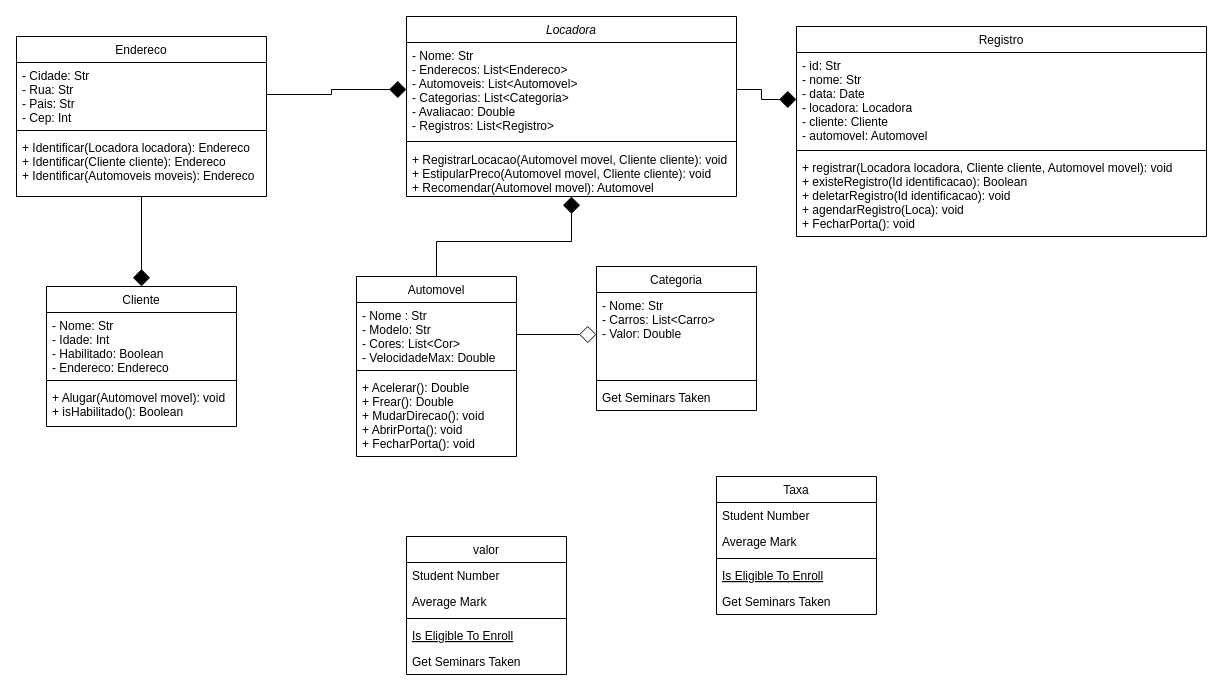
Sant-Thiago/Estudos keeps this draw.io diagram as Sistema Controle de Turma.drawio. Above is the earlier version. Source tidied: cells renumbered, new cells numbered last; positions are measured from the earlier drawing's top-left corner, leaving out a move shared by most shapes. Both pictures are drawn from the tidied source at 100%, with x=0, y=0 at pixel (16, 16).
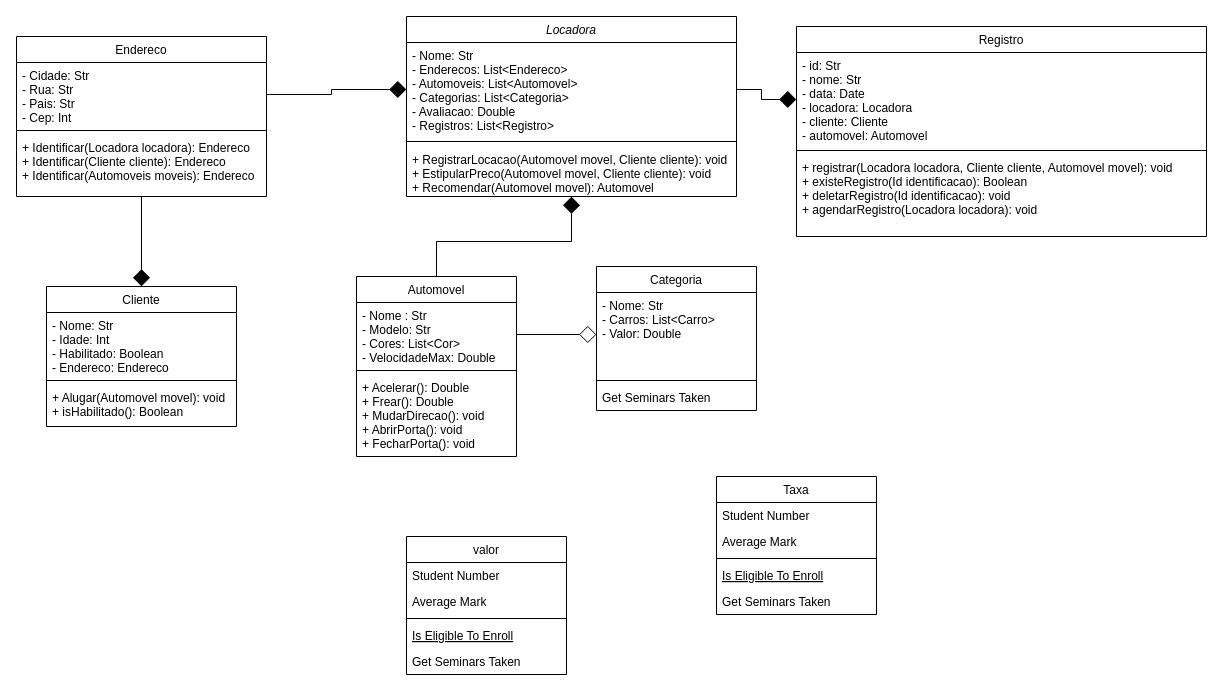
Above is the later version.

The change refers to these unchanged cells:
```xml
<mxCell id="38" value="Registro" style="swimlane;fontStyle=0;align=center;verticalAlign=top;horizontal=1;startSize=26;rounded=0;shadow=0;strokeWidth=1;" parent="1" vertex="1">
  <mxGeometry x="780" y="10" width="410" height="210" as="geometry" />
</mxCell>
```

Diff of the diagram source:
```diff
@@
-    <mxCell id="41" value="+ registrar(Locadora locadora, Cliente cliente, Automovel movel): void&#10;+ existeRegistro(Id identificacao): Boolean&#10;+ deletarRegistro(Id identificacao): void&#10;+ agendarRegistro(Loca): void&#10;+ FecharPorta(): void" style="text;align=left;verticalAlign=top;spacingLeft=4;spacingRight=4;overflow=hidden;" parent="38" vertex="1">
+    <mxCell id="41" value="+ registrar(Locadora locadora, Cliente cliente, Automovel movel): void&#10;+ existeRegistro(Id identificacao): Boolean&#10;+ deletarRegistro(Id identificacao): void&#10;+ agendarRegistro(Locadora locadora): void" style="text;align=left;verticalAlign=top;spacingLeft=4;spacingRight=4;overflow=hidden;" parent="38" vertex="1">
       <mxGeometry y="128" width="410" height="82" as="geometry" />
     </mxCell>
```
